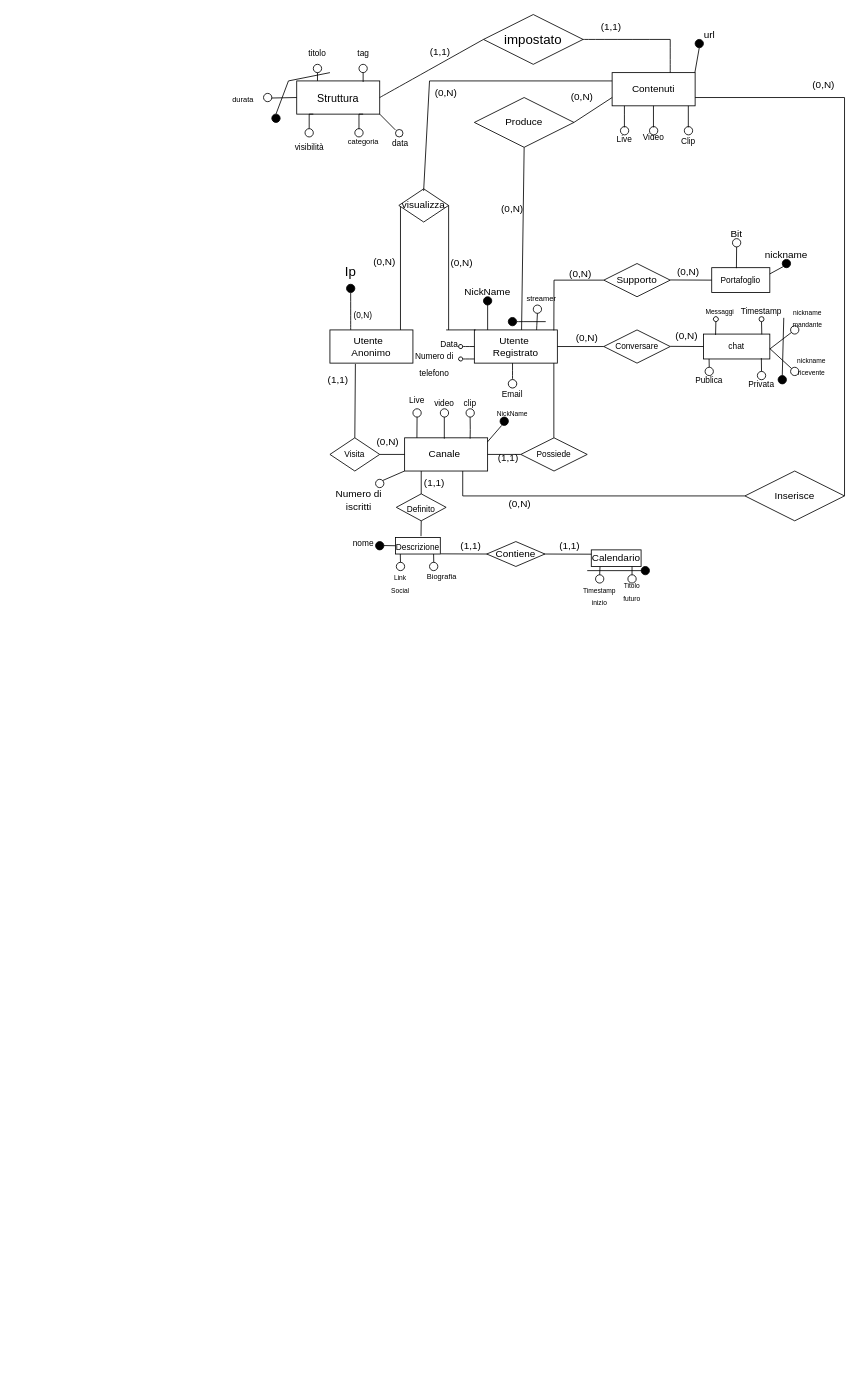
The draw.io diagram e_r_ridotto.drawio in Popper002/Streaming-Service-Db-project-unito, before the edit. Source tidied: cells renumbered, new cells numbered last; positions are measured from the earlier drawing's top-left corner, leaving out a move shared by most shapes. Both pictures are drawn from the tidied source at 83%, with x=0, y=0 at pixel (14, 14).
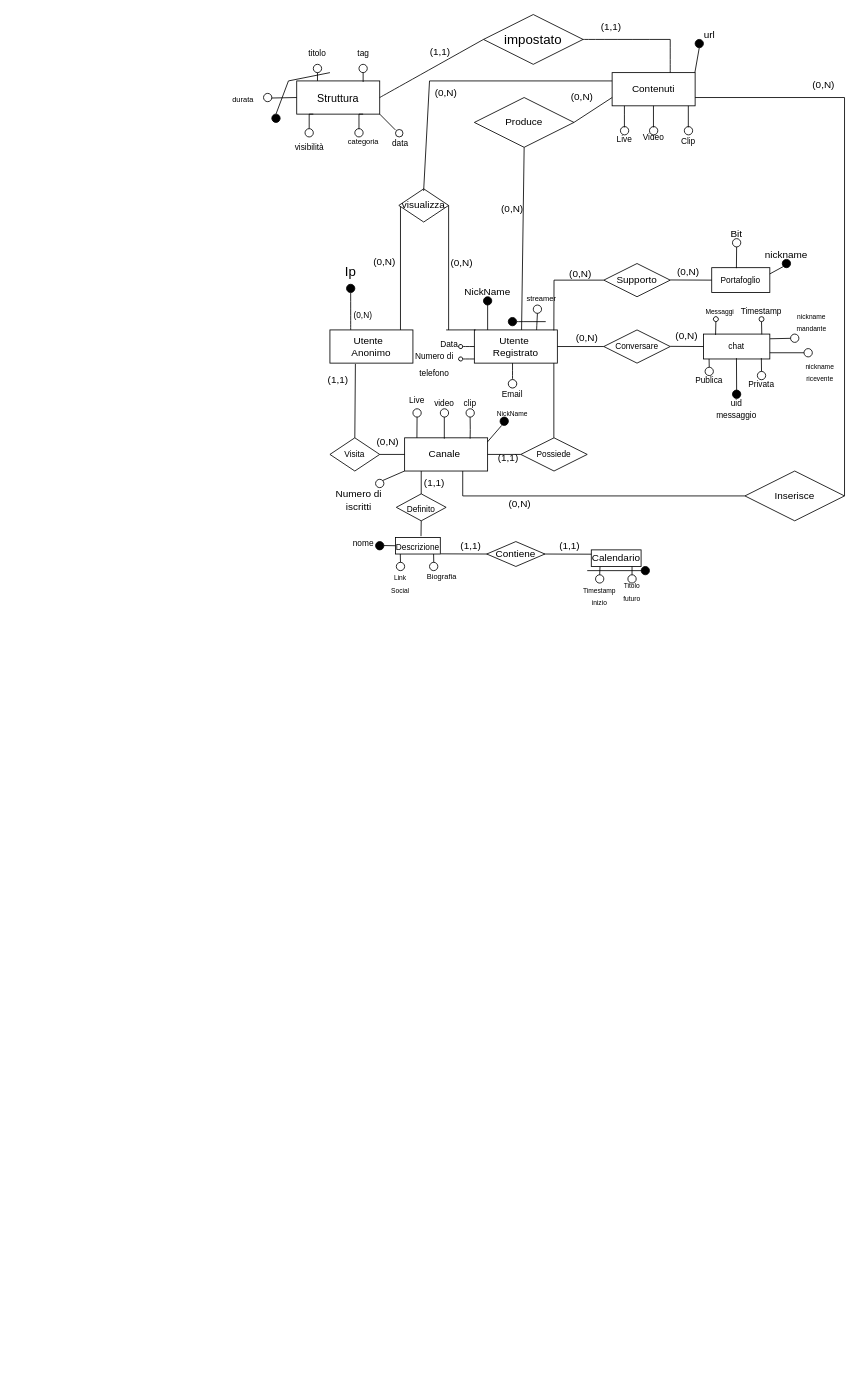
After the change.

Commit message (it also covers changes not shown here):
updated e-r ridotto and schema relazionale

The change refers to these unchanged cells:
```xml
<mxCell id="19" value="&lt;font style=&quot;font-size: 10px;&quot;&gt;chat&lt;/font&gt;" style="whiteSpace=wrap;html=1;align=center;" parent="1" vertex="1">
  <mxGeometry x="830" y="385" width="80" height="30" as="geometry" />
</mxCell>
<mxCell id="29" value="&lt;font style=&quot;font-size: 10px;&quot;&gt;Privata&lt;/font&gt;" style="text;html=1;strokeColor=none;fillColor=none;align=center;verticalAlign=middle;whiteSpace=wrap;rounded=0;" parent="1" vertex="1">
  <mxGeometry x="870" y="430" width="60" height="30" as="geometry" />
</mxCell>
```

What changed in the source:
```diff
@@
-    <mxCell id="150" style="endArrow=none;html=1;rounded=0;exitX=0.425;exitY=0.019;exitDx=0;exitDy=0;exitPerimeter=0;" parent="1" edge="1">
+    <mxCell id="150" style="endArrow=none;html=1;rounded=0;exitX=1.004;exitY=0.189;exitDx=0;exitDy=0;exitPerimeter=0;" parent="1" edge="1" source="19">
       <mxGeometry relative="1" as="geometry">
-        <mxPoint x="910" y="403" as="sourcePoint" />
-        <mxPoint x="940" y="380" as="targetPoint" />
+        <mxPoint x="940" y="390" as="targetPoint" />
       </mxGeometry>
     </mxCell>
-    <mxCell id="151" style="endArrow=none;html=1;rounded=0;" parent="1" edge="1">
-      <mxGeometry relative="1" as="geometry">
-        <mxPoint x="940" y="430" as="sourcePoint" />
-        <mxPoint x="910" y="402.5" as="targetPoint" />
-      </mxGeometry>
+    <mxCell id="151" style="endArrow=none;html=1;rounded=0;exitX=0;exitY=0.5;exitDx=0;exitDy=0;entryX=1;entryY=0.75;entryDx=0;entryDy=0;" parent="1" edge="1" source="153" target="19">
+      <mxGeometry relative="1" as="geometry" />
     </mxCell>
-    <mxCell id="152" style="ellipse;whiteSpace=wrap;html=1;" parent="1" vertex="1">
-      <mxGeometry x="935" y="375" width="10" height="10" as="geometry" />
-    </mxCell>
     <mxCell id="153" style="ellipse;whiteSpace=wrap;html=1;" parent="1" vertex="1">
-      <mxGeometry x="935" y="425" width="10" height="10" as="geometry" />
+      <mxGeometry x="951.2" y="402.5" width="10" height="10" as="geometry" />
     </mxCell>
     <mxCell id="154" value="&lt;font style=&quot;font-size: 8px;&quot;&gt;nickname&lt;br&gt;mandante&lt;/font&gt;" style="text;html=1;align=center;verticalAlign=middle;points=[];strokeColor=none;fillColor=none;" parent="1" vertex="1">
-      <mxGeometry x="925" y="345" width="60" height="40" as="geometry" />
+      <mxGeometry x="930" y="350" width="60" height="40" as="geometry" />
     </mxCell>
     <mxCell id="155" value="&lt;font style=&quot;font-size: 8px;&quot;&gt;nickname&lt;br&gt;ricevente&lt;/font&gt;" style="text;html=1;align=center;verticalAlign=middle;points=[];strokeColor=none;fillColor=none;" parent="1" vertex="1">
-      <mxGeometry x="930" y="402.5" width="60" height="40" as="geometry" />
+      <mxGeometry x="940" y="410" width="60" height="40" as="geometry" />
     </mxCell>
-    <mxCell id="156" style="endArrow=none;html=1;rounded=0;exitX=0.5;exitY=0;exitDx=0;exitDy=0;entryX=0.03;entryY=0.511;entryDx=0;entryDy=0;entryPerimeter=0;" parent="1" edge="1" source="158" target="154">
-      <mxGeometry relative="1" as="geometry" />
-    </mxCell>
-    <mxCell id="157" style="endArrow=none;html=1;rounded=0;exitX=-0.054;exitY=1.025;exitDx=0;exitDy=0;exitPerimeter=0;entryX=0.03;entryY=0.511;entryDx=0;entryDy=0;entryPerimeter=0;" parent="1" edge="1" source="155" target="158">
-      <mxGeometry relative="1" as="geometry" />
-    </mxCell>
     <mxCell id="158" style="ellipse;whiteSpace=wrap;html=1;gradientColor=default;fillColor=#000000;" parent="1" vertex="1">
-      <mxGeometry x="920" y="435" width="10" height="10" as="geometry" />
+      <mxGeometry x="865" y="452.5" width="10" height="10" as="geometry" />
     </mxCell>
@@
+    <mxCell id="187" style="ellipse;whiteSpace=wrap;html=1;" parent="1" vertex="1">
+      <mxGeometry x="935" y="385" width="10" height="10" as="geometry" />
+    </mxCell>
+    <mxCell id="188" style="endArrow=none;html=1;rounded=0;exitX=0;exitY=0.75;exitDx=0;exitDy=0;" parent="1" edge="1" source="29">
+      <mxGeometry relative="1" as="geometry">
+        <mxPoint x="869.8" y="414" as="targetPoint" />
+      </mxGeometry>
+    </mxCell>
+    <mxCell id="189" value="&lt;font style=&quot;font-size: 10px;&quot;&gt;uid messaggio&lt;/font&gt;" style="text;html=1;strokeColor=none;fillColor=none;align=center;verticalAlign=middle;whiteSpace=wrap;rounded=0;" parent="1" vertex="1">
+      <mxGeometry x="850" y="465" width="40" height="20" as="geometry" />
+    </mxCell>
```
